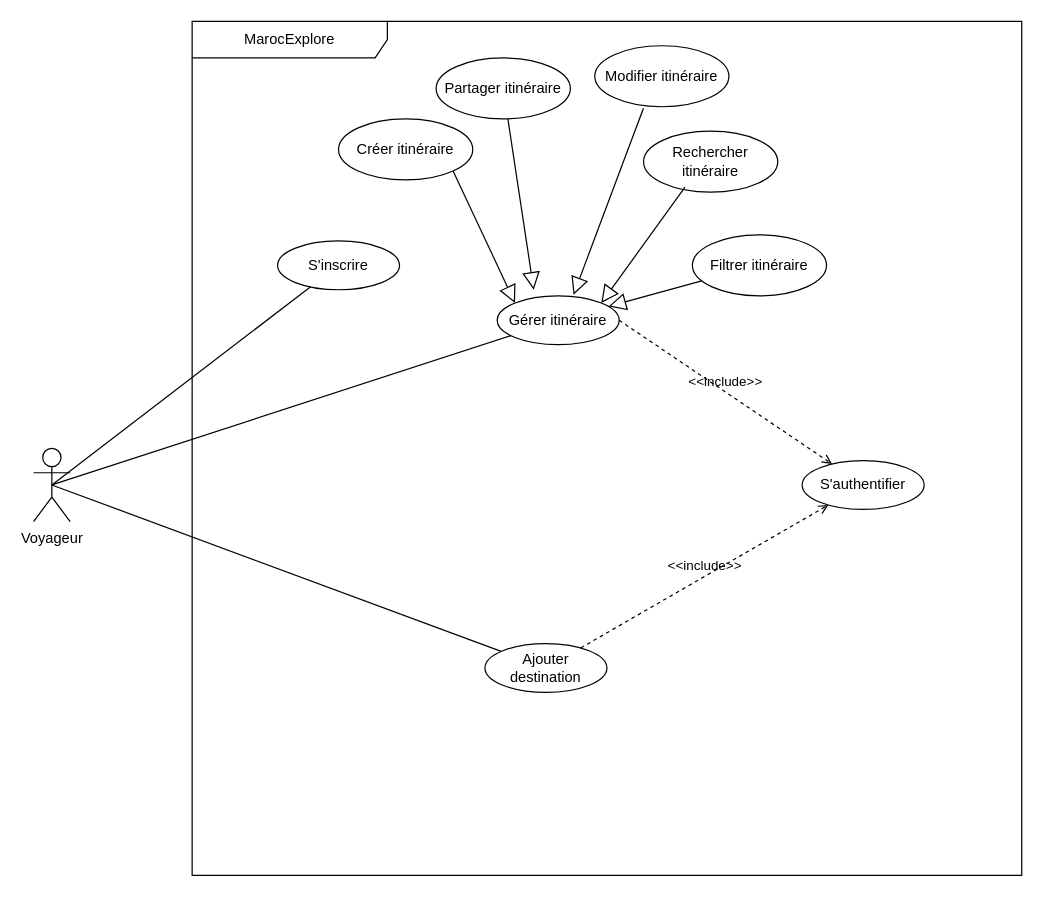
This is UML/useCaseDiagram.drawio from mo24ali/MarocExplore, a draw.io file, before an edit. Source tidied: cells renumbered, new cells numbered last; positions are measured from the earlier drawing's top-left corner, leaving out a move shared by most shapes. Both pictures are drawn from the tidied source at 122%, with x=0, y=0 at pixel (33, 21).
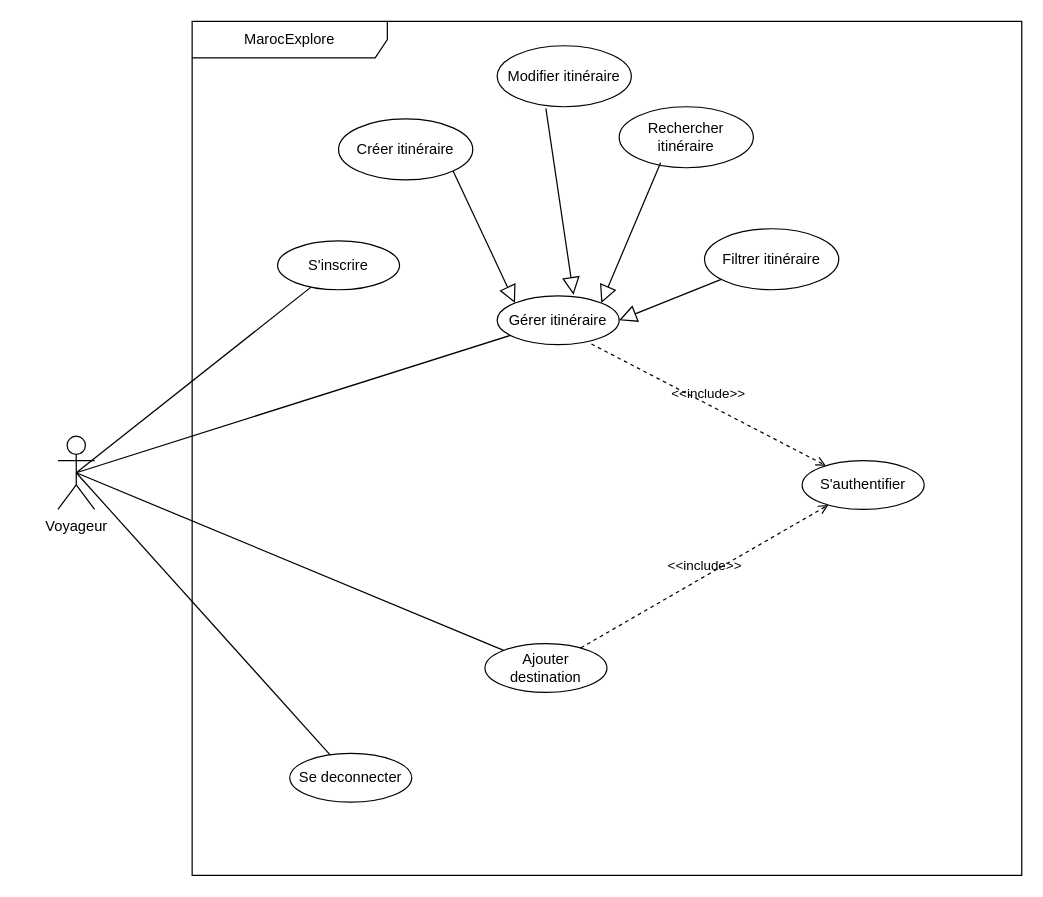
Above is the later version.

The change refers to these unchanged cells:
```xml
<mxCell id="2" value="MarocExplore" style="shape=umlFrame;whiteSpace=wrap;html=1;width=160;" parent="1" vertex="1">
  <mxGeometry x="130" width="680" height="700" as="geometry" />
</mxCell>
<mxCell id="3" value="S'authentifier" style="ellipse;whiteSpace=wrap;html=1;" parent="2" vertex="1">
  <mxGeometry x="500" y="360" width="100" height="40" as="geometry" />
</mxCell>
<mxCell id="6" value="Gérer itinéraire" style="ellipse;whiteSpace=wrap;html=1;" parent="2" vertex="1">
  <mxGeometry x="250" y="225" width="100" height="40" as="geometry" />
</mxCell>
```

Change to the diagram source:
```diff
@@
     <mxCell id="4" value="Modifier itinéraire" style="ellipse;whiteSpace=wrap;html=1;" parent="2" vertex="1">
-      <mxGeometry x="330" y="20" width="110" height="50" as="geometry" />
+      <mxGeometry x="250" y="20" width="110" height="50" as="geometry" />
     </mxCell>
     <mxCell id="5" value="Rechercher itinéraire" style="ellipse;whiteSpace=wrap;html=1;" parent="2" vertex="1">
-      <mxGeometry x="370" y="90" width="110" height="50" as="geometry" />
+      <mxGeometry x="350" y="70" width="110" height="50" as="geometry" />
     </mxCell>
@@
-    <mxCell id="9" value="&amp;lt;&amp;lt;include&amp;gt;&amp;gt;" style="edgeStyle=none;html=1;endArrow=open;verticalAlign=bottom;dashed=1;labelBackgroundColor=none;exitX=1;exitY=0.5;exitDx=0;exitDy=0;" parent="2" edge="1" source="6" target="3">
+    <mxCell id="9" value="&amp;lt;&amp;lt;include&amp;gt;&amp;gt;" style="edgeStyle=none;html=1;endArrow=open;verticalAlign=bottom;dashed=1;labelBackgroundColor=none;exitX=0.773;exitY=0.987;exitDx=0;exitDy=0;exitPerimeter=0;" parent="2" edge="1" source="6" target="3">
       <mxGeometry relative="1" as="geometry" />
     </mxCell>
@@
-    <mxCell id="11" value="Partager itinéraire" style="ellipse;whiteSpace=wrap;html=1;" parent="2" vertex="1">
-      <mxGeometry x="200" y="30" width="110" height="50" as="geometry" />
-    </mxCell>
-    <mxCell id="12" style="edgeStyle=none;html=1;endArrow=block;endFill=0;endSize=12;verticalAlign=bottom;" parent="2" edge="1" source="11">
-      <mxGeometry relative="1" as="geometry">
-        <mxPoint x="280" y="220" as="targetPoint" />
-      </mxGeometry>
-    </mxCell>
@@
     <mxCell id="15" value="Filtrer itinéraire" style="ellipse;whiteSpace=wrap;html=1;" parent="2" vertex="1">
-      <mxGeometry x="410" y="175" width="110" height="50" as="geometry" />
+      <mxGeometry x="420" y="170" width="110" height="50" as="geometry" />
     </mxCell>
-    <mxCell id="16" style="edgeStyle=none;html=1;endArrow=block;endFill=0;endSize=12;verticalAlign=bottom;" parent="2" edge="1" source="15" target="6">
+    <mxCell id="16" style="edgeStyle=none;html=1;endArrow=block;endFill=0;endSize=12;verticalAlign=bottom;entryX=1;entryY=0.5;entryDx=0;entryDy=0;" parent="2" edge="1" source="15" target="6">
       <mxGeometry relative="1" as="geometry" />
     </mxCell>
@@
+    <mxCell id="23" value="Se deconnecter" style="ellipse;whiteSpace=wrap;html=1;" parent="2" vertex="1">
+      <mxGeometry x="80" y="600" width="100" height="40" as="geometry" />
+    </mxCell>
     <mxCell id="19" value="Voyageur" style="shape=umlActor;verticalLabelPosition=bottom;verticalAlign=top;html=1;" parent="1" vertex="1">
-      <mxGeometry y="350" width="30" height="60" as="geometry" />
+      <mxGeometry x="20" y="340" width="30" height="60" as="geometry" />
     </mxCell>
@@
+    <mxCell id="24" style="endArrow=none;html=1;exitX=0.5;exitY=0.5;exitDx=0;exitDy=0;exitPerimeter=0;" parent="1" edge="1" source="19" target="23">
+      <mxGeometry relative="1" as="geometry" />
+    </mxCell>
```
